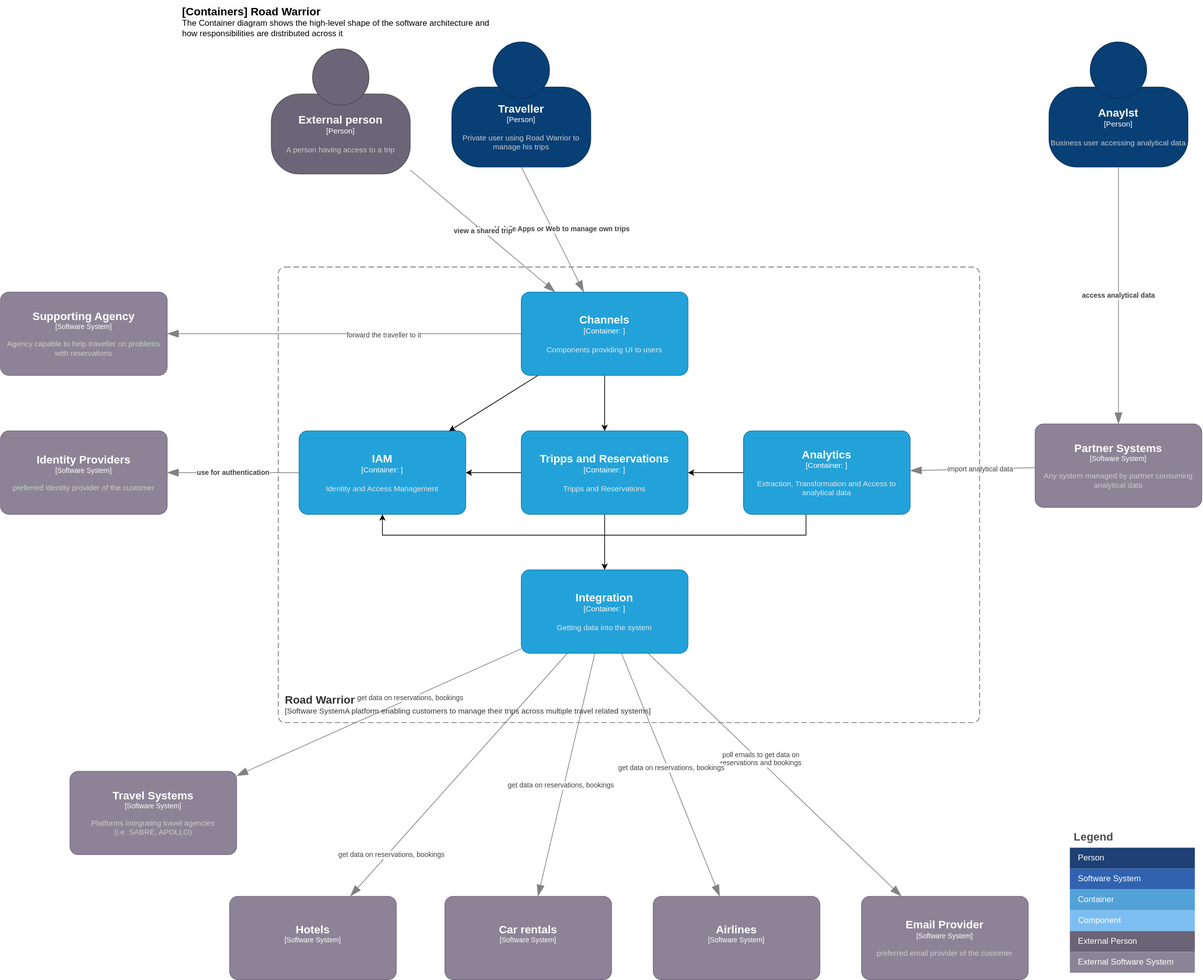
wschaef/architecture-kata-2023 keeps this draw.io diagram as diagrams/Container.drawio.svg. Above is the earlier version. Source tidied: cells renumbered, new cells last; positions are measured from the earlier drawing's top-left corner, leaving out a move shared by most shapes.
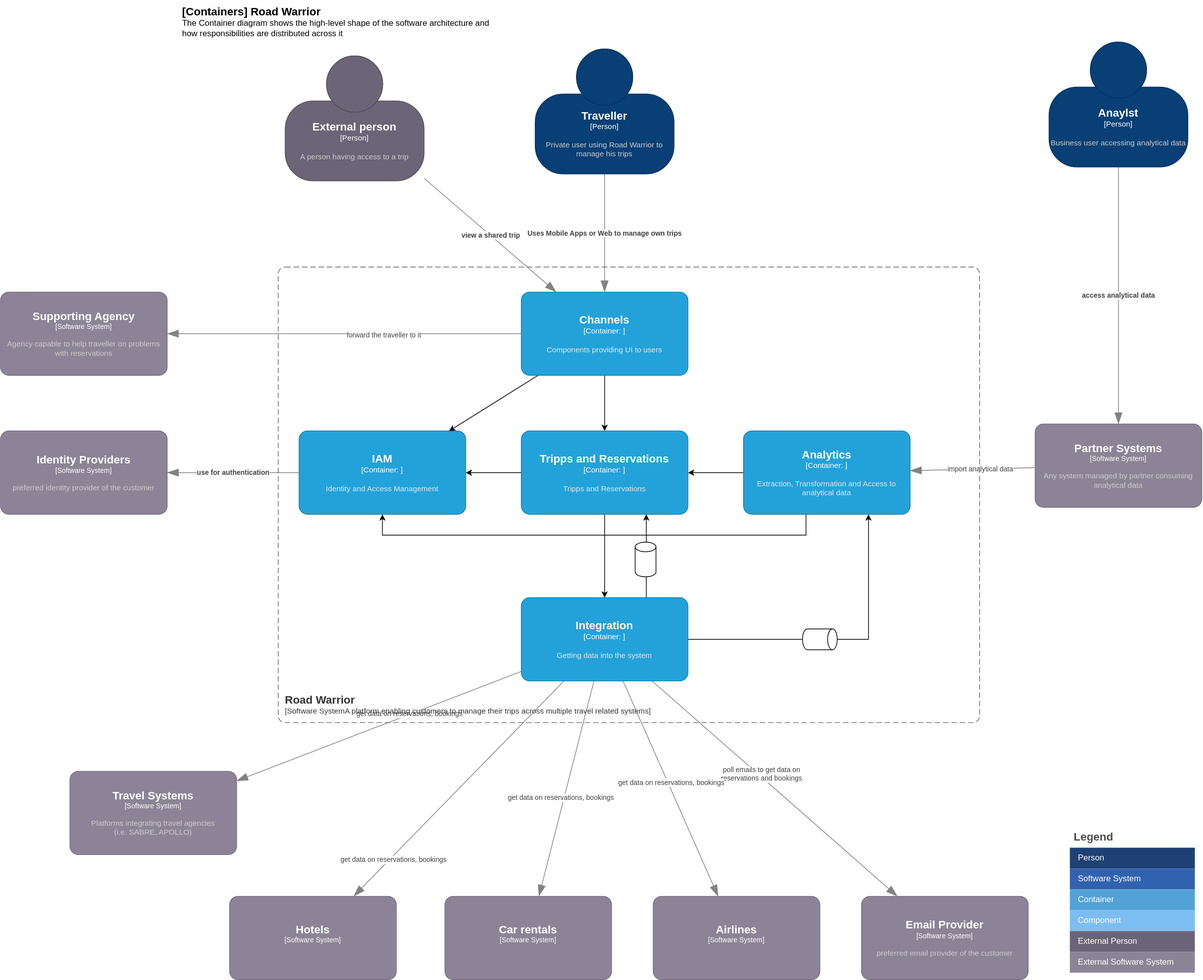
The same file after the commit.

The edit, as a diff of the source:
```diff
@@ -9,12 +9,12 @@
     </object>
     <object id="3" label="&lt;font style=&quot;font-size: 16px&quot;&gt;&lt;b&gt;%c4Name%&lt;/b&gt;&lt;/font&gt;&lt;div&gt;[%c4Type%]&lt;/div&gt;&lt;br&gt;&lt;div&gt;&lt;font style=&quot;font-size: 11px&quot;&gt;&lt;font color=&quot;#cccccc&quot;&gt;%c4Description%&lt;/font&gt;&lt;/div&gt;" c4Description="A person having access to a trip" c4Name="External person" c4Type="Person" placeholders="1">
       <mxCell style="html=1;fontSize=11;dashed=0;whiteSpace=wrap;fillColor=#6C6477;strokeColor=#4D4D4D;fontColor=#ffffff;shape=mxgraph.c4.person2;align=center;points=[[0.5,0,0],[1,0.5,0],[1,0.75,0],[0.75,1,0],[0.5,1,0],[0.25,1,0],[0,0.75,0],[0,0.5,0]];" parent="1" vertex="1">
-        <mxGeometry x="390" y="70" width="200" height="180" as="geometry" />
+        <mxGeometry x="410" y="80" width="200" height="180" as="geometry" />
       </mxCell>
     </object>
     <object id="4" label="&lt;font style=&quot;font-size: 16px&quot;&gt;&lt;b&gt;%c4Name%&lt;/b&gt;&lt;/font&gt;&lt;div&gt;[%c4Type%]&lt;/div&gt;&lt;br&gt;&lt;div&gt;&lt;font style=&quot;font-size: 11px&quot;&gt;&lt;font color=&quot;#cccccc&quot;&gt;%c4Description%&lt;/font&gt;&lt;/div&gt;" c4Description="Private user using Road Warrior to manage his trips" c4Name="Traveller" c4Type="Person" placeholders="1">
       <mxCell style="html=1;fontSize=11;dashed=0;whiteSpace=wrap;fillColor=#083F75;strokeColor=#06315C;fontColor=#ffffff;shape=mxgraph.c4.person2;align=center;points=[[0.5,0,0],[1,0.5,0],[1,0.75,0],[0.75,1,0],[0.5,1,0],[0.25,1,0],[0,0.75,0],[0,0.5,0]];" parent="1" vertex="1">
-        <mxGeometry x="650" y="60" width="200" height="180" as="geometry" />
+        <mxGeometry x="770" y="70" width="200" height="180" as="geometry" />
       </mxCell>
     </object>
     <mxCell id="5" style="edgeStyle=none;shape=connector;rounded=0;jumpStyle=arc;jumpSize=16;jettySize=auto;html=1;labelBackgroundColor=default;strokeColor=#828282;strokeWidth=1;fontFamily=Helvetica;fontSize=10;fontColor=#404040;endArrow=blockThin;endFill=1;startSize=14;endSize=14;elbow=vertical;" parent="1" edge="1" source="36" target="25">
@@ -174,9 +174,15 @@
         <mxGeometry x="750" y="620" width="240" height="120" as="geometry" />
       </mxCell>
     </object>
+    <mxCell id="57" style="edgeStyle=orthogonalEdgeStyle;rounded=0;jettySize=auto;html=1;entryX=0.75;entryY=1;entryDx=0;entryDy=0;entryPerimeter=0;exitX=0.75;exitY=0;exitDx=0;exitDy=0;exitPerimeter=0;" parent="1" edge="1" source="43" target="42">
+      <mxGeometry relative="1" as="geometry" />
+    </mxCell>
+    <mxCell id="58" style="edgeStyle=orthogonalEdgeStyle;rounded=0;jettySize=auto;html=1;entryX=0.75;entryY=1;entryDx=0;entryDy=0;entryPerimeter=0;" parent="1" edge="1" source="43" target="39">
+      <mxGeometry relative="1" as="geometry" />
+    </mxCell>
     <object id="43" label="&lt;font style=&quot;font-size: 16px&quot;&gt;&lt;b&gt;%c4Name%&lt;/b&gt;&lt;/font&gt;&lt;div&gt;[%c4Type%: %c4Technology%]&lt;/div&gt;&lt;br&gt;&lt;div&gt;&lt;font style=&quot;font-size: 11px&quot;&gt;&lt;font color=&quot;#E6E6E6&quot;&gt;%c4Description%&lt;/font&gt;&lt;/div&gt;" c4Description="Getting data into the system" c4Name="Integration" c4Technology="" c4Type="Container" placeholders="1">
       <mxCell style="rounded=1;whiteSpace=wrap;html=1;fontSize=11;labelBackgroundColor=none;fillColor=#23A2D9;fontColor=#ffffff;align=center;arcSize=10;strokeColor=#0E7DAD;points=[[0.25,0,0],[0.5,0,0],[0.75,0,0],[1,0.25,0],[1,0.5,0],[1,0.75,0],[0.75,1,0],[0.5,1,0],[0.25,1,0],[0,0.75,0],[0,0.5,0],[0,0.25,0]];" parent="1" vertex="1">
-        <mxGeometry x="750" y="820" width="240" height="120" as="geometry" />
+        <mxGeometry x="750" y="860" width="240" height="120" as="geometry" />
       </mxCell>
     </object>
     <mxCell id="44" value="Legend" style="shape=table;startSize=30;fontSize=16;align=left;verticalAlign=top;fillColor=none;strokeColor=none;fontColor=#4D4D4D;fontStyle=1;spacingLeft=6;spacing=0;" parent="1" vertex="1">
@@ -218,5 +224,11 @@
     <mxCell id="56" value="External Software System" style="shape=partialRectangle;html=1;whiteSpace=wrap;strokeColor=inherit;overflow=hidden;fillColor=#8b8496;top=0;left=0;bottom=0;right=0;fontSize=12;align=left;fontColor=#FFFFFF;gradientColor=none;spacingLeft=10;spacingRight=4;" parent="55" vertex="1">
       <mxGeometry width="180" height="30" as="geometry" />
     </mxCell>
+    <mxCell id="59" style="shape=cylinder3;whiteSpace=wrap;html=1;boundedLbl=1;backgroundOutline=1;size=6.923076923076678;rotation=90;" parent="1" vertex="1">
+      <mxGeometry x="1165" y="895" width="30" height="50" as="geometry" />
+    </mxCell>
+    <mxCell id="60" style="shape=cylinder3;whiteSpace=wrap;html=1;boundedLbl=1;backgroundOutline=1;size=6.923076923076678;rotation=0;" parent="1" vertex="1">
+      <mxGeometry x="914" y="780" width="30" height="50" as="geometry" />
+    </mxCell>
   </root>
 </mxGraphModel>
```
